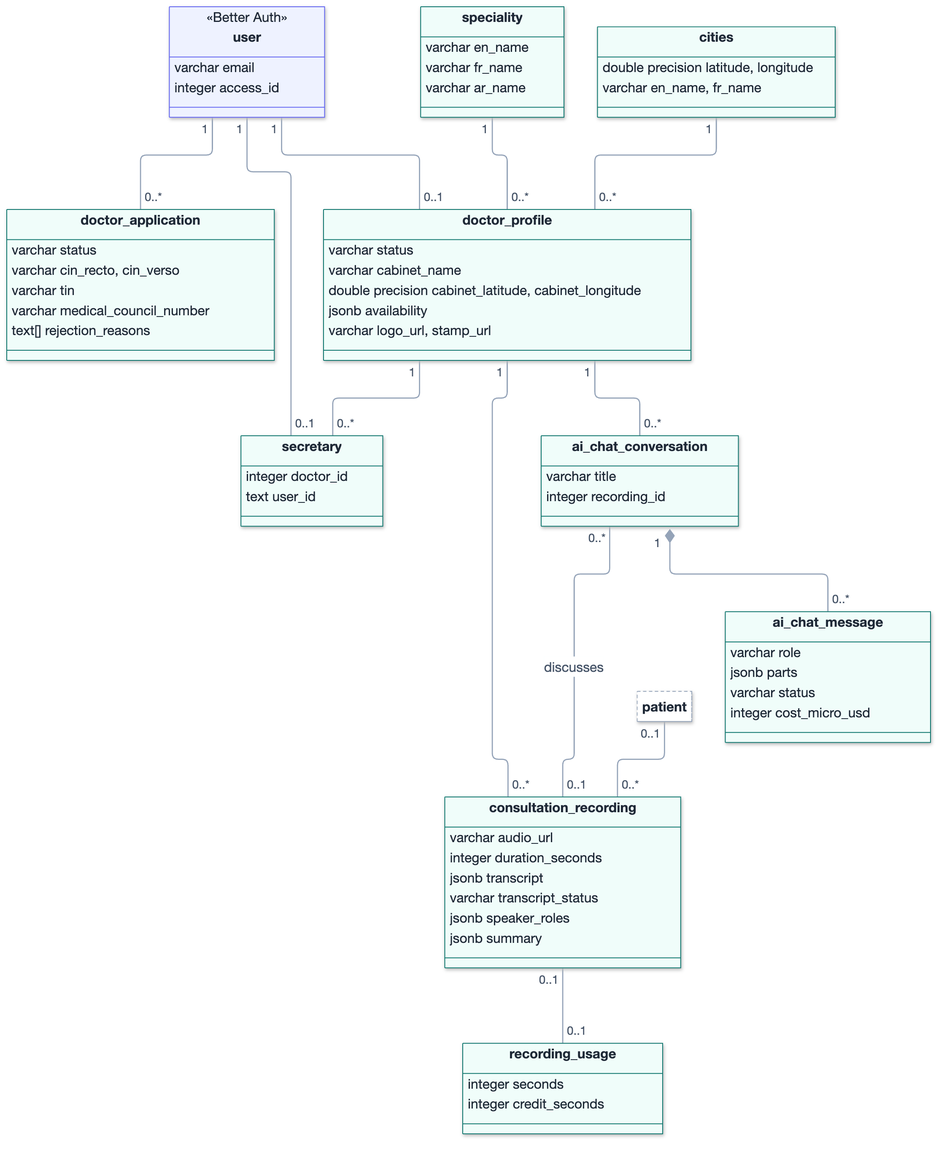
Earlier version of the Mermaid export images/diagrams/class_diagram_practice.png (AtriOmar/riaya-report). Its source is kept beside it as images/diagrams/src/class_diagram_practice.mmd. Source of this version:
```mermaid
classDiagram
direction TB

class user {
  <<Better Auth>>
  varchar email
  integer access_id
}
class doctor_application {
  varchar status
  varchar cin_recto, cin_verso
  varchar tin
  varchar medical_council_number
  text[] rejection_reasons
}
class doctor_profile {
  varchar status
  varchar cabinet_name
  double precision cabinet_latitude, cabinet_longitude
  jsonb availability
  varchar logo_url, stamp_url
}
class speciality {
  varchar en_name
  varchar fr_name
  varchar ar_name
}
class cities {
  double precision latitude, longitude
  varchar en_name, fr_name
}
class secretary {
  integer doctor_id
  text user_id
}
class patient
class consultation_recording {
  varchar audio_url
  integer duration_seconds
  jsonb transcript
  varchar transcript_status
  jsonb speaker_roles
  jsonb summary
}
class recording_usage {
  integer seconds
  integer credit_seconds
}
class ai_chat_conversation {
  varchar title
  integer recording_id
}
class ai_chat_message {
  varchar role
  jsonb parts
  varchar status
  integer cost_micro_usd
}

user "1" -- "0..*" doctor_application
user "1" -- "0..1" doctor_profile
speciality "1" -- "0..*" doctor_profile
cities "1" -- "0..*" doctor_profile
doctor_profile "1" -- "0..*" secretary
user "1" -- "0..1" secretary
doctor_profile "1" -- "0..*" consultation_recording
patient "0..1" -- "0..*" consultation_recording
consultation_recording "0..1" -- "0..1" recording_usage
doctor_profile "1" -- "0..*" ai_chat_conversation
ai_chat_conversation "0..*" -- "0..1" consultation_recording : discusses
ai_chat_conversation "1" *-- "0..*" ai_chat_message
style user fill:#EEF2FF,stroke:#6366F1
style patient fill:#FFFFFF,stroke:#94A3B8,stroke-dasharray:4 3
```
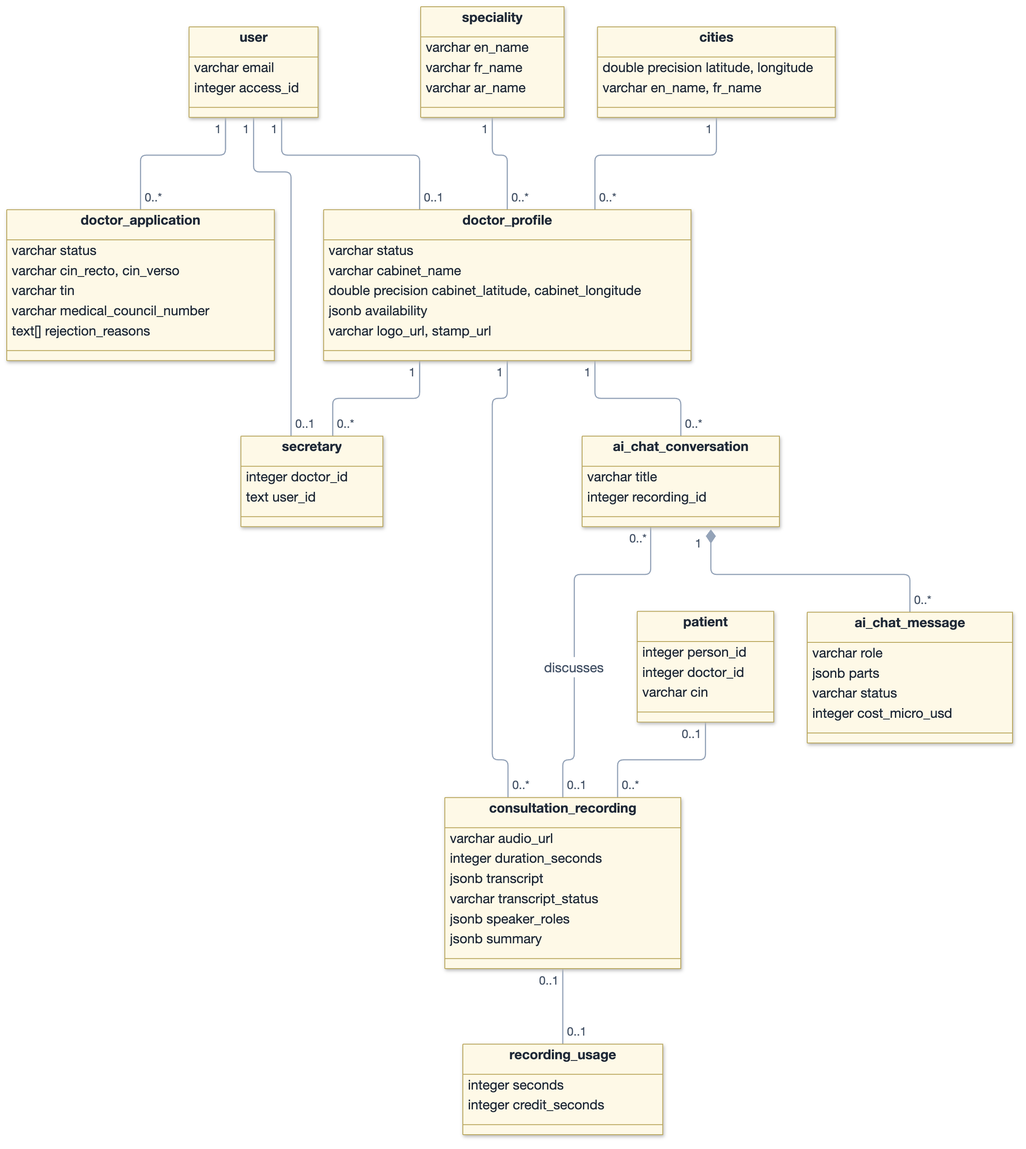
The same diagram one commit later.

Diff of the diagram source:
```diff
@@ -2,7 +2,6 @@
 direction TB
 
 class user {
-  <<Better Auth>>
   varchar email
   integer access_id
 }
@@ -33,7 +32,11 @@
   integer doctor_id
   text user_id
 }
-class patient
+class patient {
+  integer person_id
+  integer doctor_id
+  varchar cin
+}
 class consultation_recording {
   varchar audio_url
   integer duration_seconds
@@ -69,5 +72,3 @@
 doctor_profile "1" -- "0..*" ai_chat_conversation
 ai_chat_conversation "0..*" -- "0..1" consultation_recording : discusses
 ai_chat_conversation "1" *-- "0..*" ai_chat_message
-style user fill:#EEF2FF,stroke:#6366F1
-style patient fill:#FFFFFF,stroke:#94A3B8,stroke-dasharray:4 3
```
